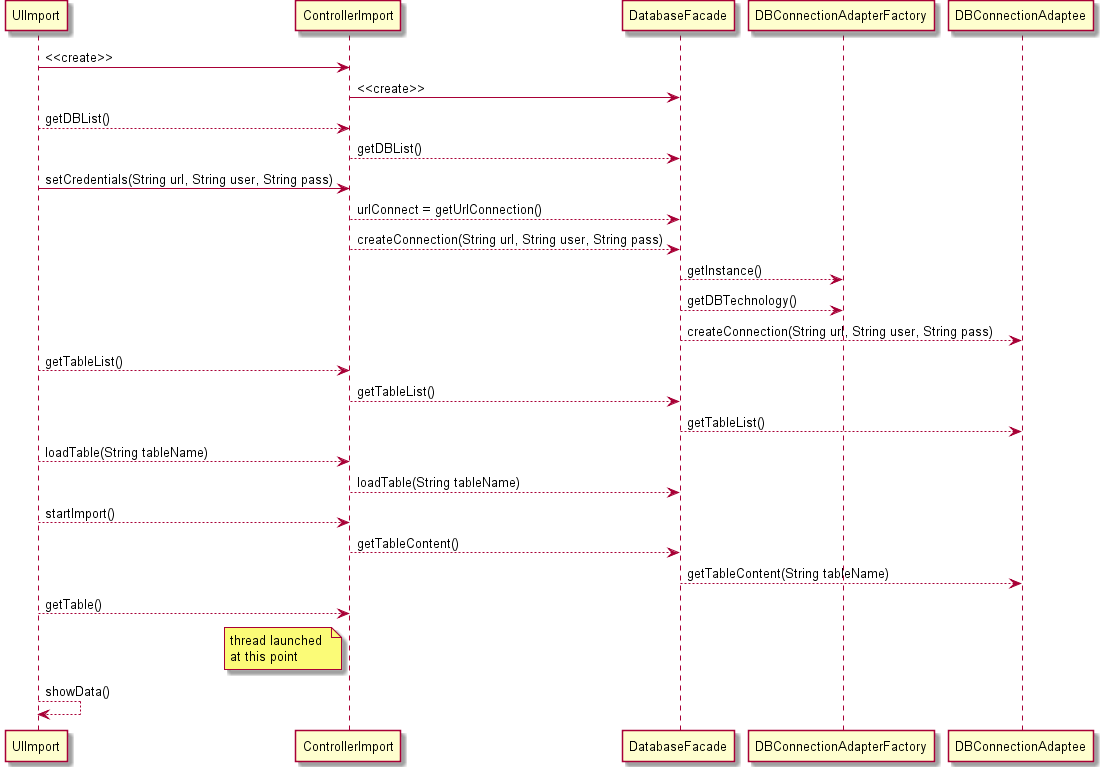
askpt/LAPR4 keeps this PlantUML diagram as docs/1111168/Diagrams/use_case_realization_DBimport.png. Above is the earlier version.
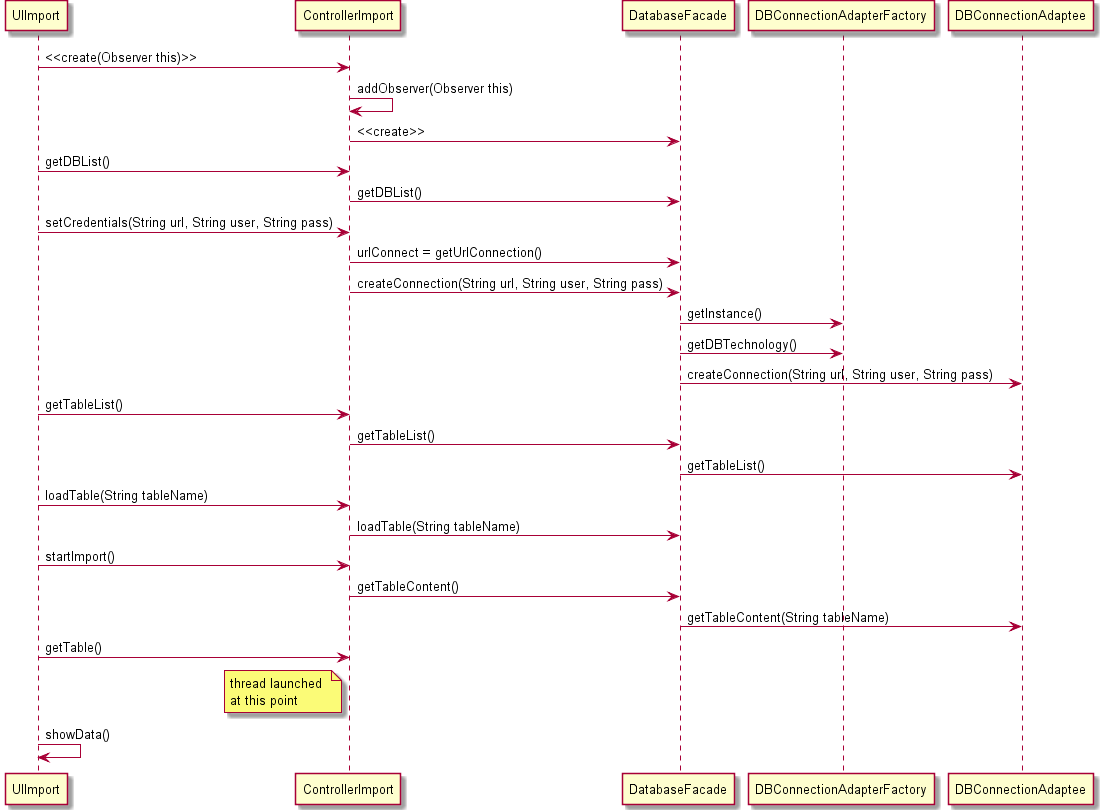
The same file after the commit.

Commit message:
1111168: improved uc_realization with addition of observer pattern ref #5 #9

The edit, as a diff of the source:
```diff
@@ -1,26 +1,27 @@
 @startuml
-UIImport -> ControllerImport: <<create>>
+UIImport -> ControllerImport:  <<create(Observer this)>>
+ControllerImport -> ControllerImport: addObserver(Observer this)
 ControllerImport -> DatabaseFacade: <<create>>
-UIImport --> ControllerImport: getDBList()
-ControllerImport --> DatabaseFacade: getDBList()
+UIImport -> ControllerImport: getDBList()
+ControllerImport -> DatabaseFacade: getDBList()
 UIImport -> ControllerImport: setCredentials(String url, String user, String pass)
-ControllerImport --> DatabaseFacade: urlConnect = getUrlConnection()
-ControllerImport --> DatabaseFacade: createConnection(String url, String user, String pass)
-DatabaseFacade --> DBConnectionAdapterFactory: getInstance()
-DatabaseFacade --> DBConnectionAdapterFactory: getDBTechnology()
-DatabaseFacade --> DBConnectionAdaptee: createConnection(String url, String user, String pass)
-UIImport --> ControllerImport: getTableList()
-ControllerImport --> DatabaseFacade: getTableList()
-DatabaseFacade --> DBConnectionAdaptee: getTableList()
-UIImport --> ControllerImport: loadTable(String tableName)
-ControllerImport --> DatabaseFacade: loadTable(String tableName)
-UIImport --> ControllerImport: startImport()
-ControllerImport --> DatabaseFacade: getTableContent()
-DatabaseFacade --> DBConnectionAdaptee: getTableContent(String tableName)
-UIImport --> ControllerImport: getTable()
+ControllerImport -> DatabaseFacade: urlConnect = getUrlConnection()
+ControllerImport -> DatabaseFacade: createConnection(String url, String user, String pass)
+DatabaseFacade -> DBConnectionAdapterFactory: getInstance()
+DatabaseFacade -> DBConnectionAdapterFactory: getDBTechnology()
+DatabaseFacade -> DBConnectionAdaptee: createConnection(String url, String user, String pass)
+UIImport -> ControllerImport: getTableList()
+ControllerImport -> DatabaseFacade: getTableList()
+DatabaseFacade -> DBConnectionAdaptee: getTableList()
+UIImport -> ControllerImport: loadTable(String tableName)
+ControllerImport -> DatabaseFacade: loadTable(String tableName)
+UIImport -> ControllerImport: startImport()
+ControllerImport -> DatabaseFacade: getTableContent()
+DatabaseFacade -> DBConnectionAdaptee: getTableContent(String tableName)
+UIImport -> ControllerImport: getTable()
 note left of ControllerImport
  thread launched
  at this point
 end note
-UIImport --> UIImport: showData()
+UIImport -> UIImport: showData()
 @enduml
```
